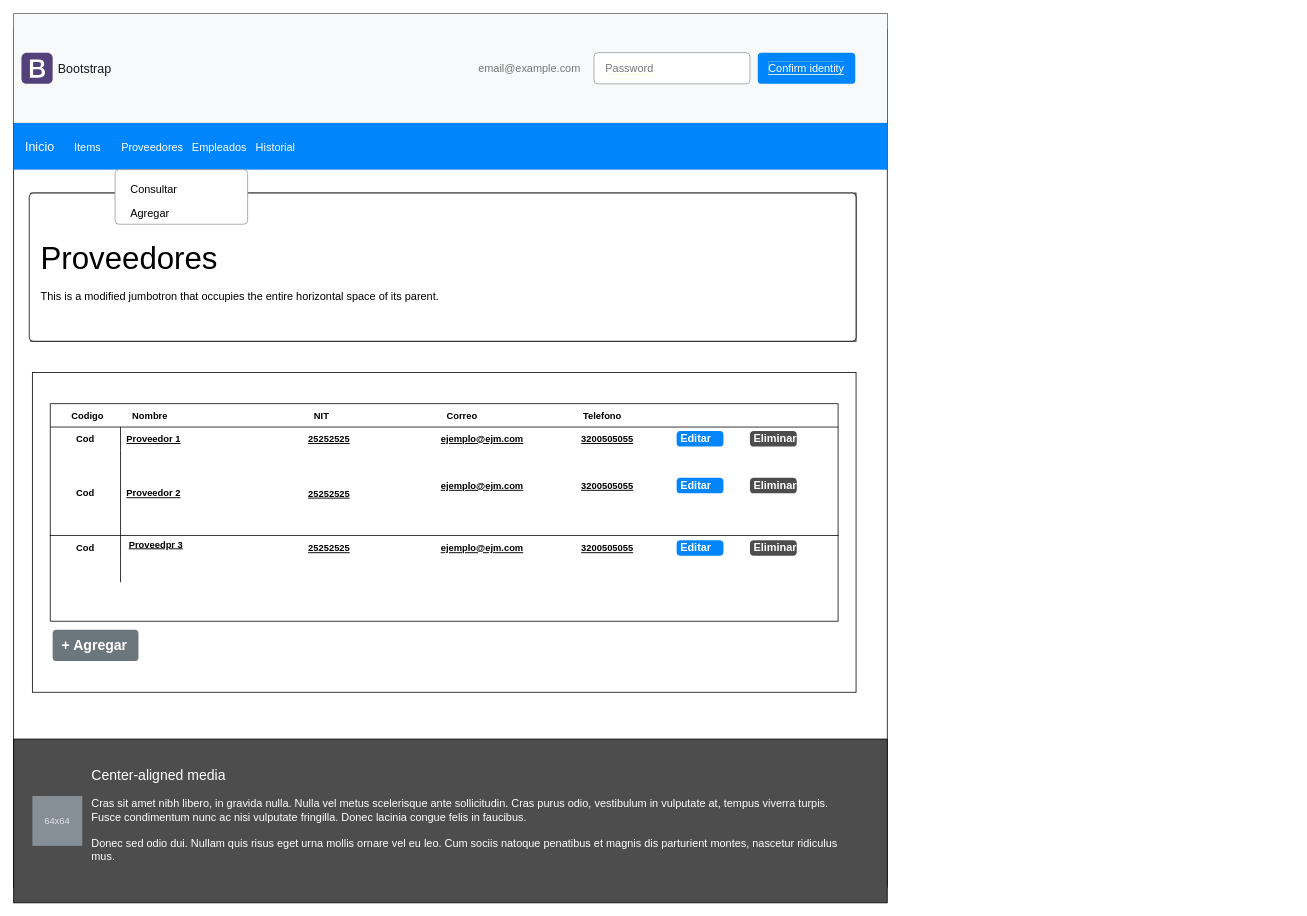
Above: page "Index" (1 of 3) of Documentación/MockUps.drawio in vladimbol7/Proyecto_Ciclo3 (draw.io), before the change. Source tidied: cells renumbered, new cells numbered last; positions are measured from the earlier drawing's top-left corner, leaving out a move shared by most shapes. Both pictures are drawn from the tidied source at 78%, with x=0, y=0 at pixel (13, 13).
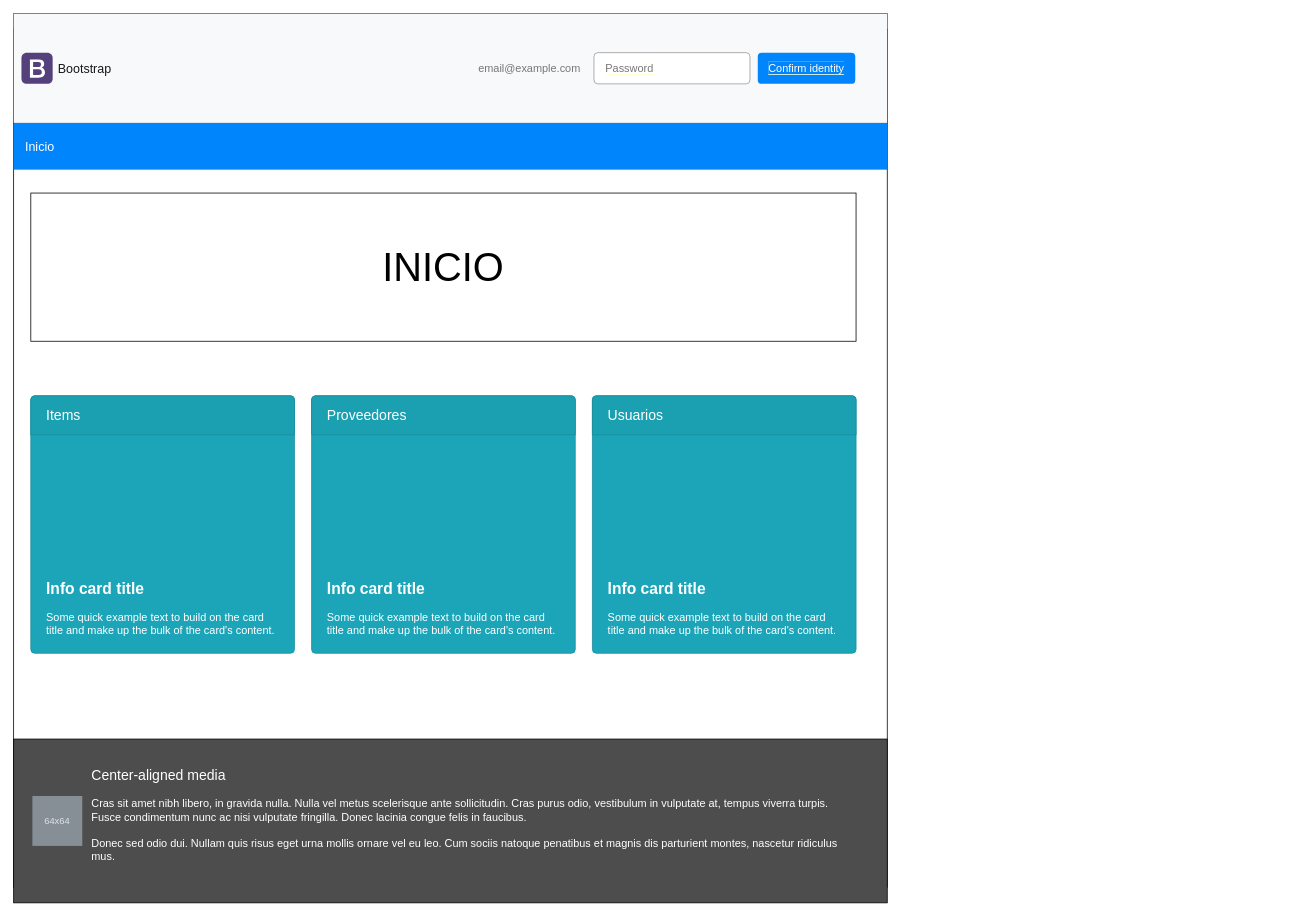
The same page after the edit.

Unchanged cells that the change refers to:
```xml
<mxCell id="4" value="Inicio" style="html=1;shadow=0;dashed=0;fillColor=#0085FC;strokeColor=none;fontSize=16;fontColor=#FFFFFF;align=left;spacing=15;" parent="1" vertex="1">
  <mxGeometry y="140" width="1120" height="60" as="geometry" />
</mxCell>
```

What changed in the source:
```diff
@@
-    <mxCell id="5" value="Items" style="fillColor=none;strokeColor=none;fontSize=14;fontColor=#ffffff;align=center;" parent="4" vertex="1">
-      <mxGeometry width="70" height="40" relative="1" as="geometry">
-        <mxPoint x="60" y="10" as="offset" />
-      </mxGeometry>
-    </mxCell>
-    <mxCell id="6" value="Proveedores" style="fillColor=none;strokeColor=none;fontSize=14;fontColor=#FFFFFF;align=center;" parent="4" vertex="1">
-      <mxGeometry width="70" height="40" relative="1" as="geometry">
-        <mxPoint x="143" y="10" as="offset" />
-      </mxGeometry>
-    </mxCell>
-    <mxCell id="7" value="Empleados" style="fillColor=none;strokeColor=none;fontSize=14;fontColor=#FFFFFF;align=center;spacingRight=0;" parent="4" vertex="1">
-      <mxGeometry width="80" height="40" relative="1" as="geometry">
-        <mxPoint x="224" y="10" as="offset" />
-      </mxGeometry>
-    </mxCell>
-    <mxCell id="8" value="Historial" style="fillColor=none;strokeColor=none;fontSize=14;fontColor=#FFFFFF;align=center;" parent="4" vertex="1">
-      <mxGeometry width="80" height="40" relative="1" as="geometry">
-        <mxPoint x="296" y="10" as="offset" />
-      </mxGeometry>
-    </mxCell>
-    <mxCell id="9" style="rounded=0;whiteSpace=wrap;html=1;fontColor=#000000;fontSize=51;" parent="1" vertex="1">
+    <mxCell id="9" value="INICIO" style="rounded=0;whiteSpace=wrap;html=1;fontColor=#000000;fontSize=51;" parent="1" vertex="1">
       <mxGeometry x="22" y="230" width="1058" height="190" as="geometry" />
     </mxCell>
-    <mxCell id="10" style="rounded=0;whiteSpace=wrap;html=1;fontSize=51;fontColor=#000000;" parent="1" vertex="1">
-      <mxGeometry x="24" y="460" width="1056" height="410" as="geometry" />
-    </mxCell>
@@
-    <mxCell id="17" value="&lt;span style=&quot;font-size: 40px;&quot;&gt;Proveedores&lt;/span&gt;&lt;br&gt;&lt;br&gt;This is a modified jumbotron that occupies the entire horizontal space of its parent." style="html=1;shadow=0;dashed=0;shape=mxgraph.bootstrap.rrect;rSize=5;html=1;whiteSpace=wrap;align=left;spacing=15;fontSize=14;verticalAlign=top;spacingTop=40;" parent="1" vertex="1">
-      <mxGeometry x="20" y="230" width="1060" height="190" as="geometry" />
-    </mxCell>
-    <mxCell id="18" style="html=1;shadow=0;dashed=0;shape=mxgraph.bootstrap.rrect;rSize=5;fillColor=#ffffff;strokeColor=#999999;" parent="1" vertex="1">
-      <mxGeometry x="130" y="200" width="170" height="70" as="geometry" />
-    </mxCell>
-    <mxCell id="19" value="Consultar" style="fillColor=none;strokeColor=none;align=left;spacing=20;fontSize=14;" parent="18" vertex="1">
-      <mxGeometry width="170" height="30" relative="1" as="geometry">
-        <mxPoint y="10" as="offset" />
-      </mxGeometry>
-    </mxCell>
-    <mxCell id="20" value="Agregar" style="fillColor=none;strokeColor=none;align=left;spacing=20;fontSize=14;" parent="18" vertex="1">
-      <mxGeometry width="170" height="30" relative="1" as="geometry">
-        <mxPoint y="40" as="offset" />
-      </mxGeometry>
-    </mxCell>
@@
-    <mxCell id="23" style="shape=table;startSize=30;childLayout=tableLayout;rowLines=0;fontStyle=1;align=center;" parent="1" vertex="1">
-      <mxGeometry x="47" y="500" width="1010" height="279" as="geometry" />
-    </mxCell>
-    <mxCell id="24" style="shape=tableRow;horizontal=0;startSize=0;swimlaneHead=0;swimlaneBody=0;fillColor=none;top=0;left=0;right=0;bottom=0;" parent="23" vertex="1">
-      <mxGeometry y="30" width="1010" height="30" as="geometry" />
-    </mxCell>
-    <mxCell id="25" value="Cod" style="shape=partialRectangle;fillColor=none;top=0;left=0;bottom=0;right=0;fontStyle=1;overflow=hidden;" parent="24" vertex="1">
-      <mxGeometry width="90" height="30" as="geometry" />
-    </mxCell>
-    <mxCell id="26" value="Proveedor 1" style="shape=partialRectangle;fillColor=none;top=0;left=0;bottom=0;right=0;align=left;spacingLeft=6;fontStyle=5;overflow=hidden;" parent="24" vertex="1">
-      <mxGeometry x="90" width="920" height="30" as="geometry" />
-    </mxCell>
-    <mxCell id="27" style="shape=tableRow;horizontal=0;startSize=0;swimlaneHead=0;swimlaneBody=0;fillColor=none;top=0;left=0;right=0;bottom=1;" parent="23" vertex="1">
-      <mxGeometry y="60" width="1010" height="109" as="geometry" />
-    </mxCell>
-    <mxCell id="28" value="Cod" style="shape=partialRectangle;fillColor=none;top=0;left=0;bottom=0;right=0;fontStyle=1;overflow=hidden;" parent="27" vertex="1">
-      <mxGeometry width="90" height="109" as="geometry" />
-    </mxCell>
-    <mxCell id="29" value="Proveedor 2" style="shape=partialRectangle;fillColor=none;top=0;left=0;bottom=0;right=0;align=left;spacingLeft=6;fontStyle=5;overflow=hidden;" parent="27" vertex="1">
-      <mxGeometry x="90" width="920" height="109" as="geometry" />
-    </mxCell>
-    <mxCell id="30" style="shape=tableRow;horizontal=0;startSize=0;swimlaneHead=0;swimlaneBody=0;fillColor=none;top=0;left=0;right=0;bottom=0;" parent="23" vertex="1">
-      <mxGeometry y="169" width="1010" height="30" as="geometry" />
-    </mxCell>
-    <mxCell id="31" style="shape=partialRectangle;fillColor=none;top=0;left=0;bottom=0;right=0;overflow=hidden;" parent="30" vertex="1">
-      <mxGeometry width="90" height="30" as="geometry" />
-    </mxCell>
-    <mxCell id="32" style="shape=partialRectangle;fillColor=none;top=0;left=0;bottom=0;right=0;align=left;spacingLeft=6;overflow=hidden;" parent="30" vertex="1">
-      <mxGeometry x="90" width="920" height="30" as="geometry" />
-    </mxCell>
-    <mxCell id="33" style="shape=tableRow;horizontal=0;startSize=0;swimlaneHead=0;swimlaneBody=0;fillColor=none;top=0;left=0;right=0;bottom=0;" parent="23" vertex="1">
-      <mxGeometry y="199" width="1010" height="30" as="geometry" />
-    </mxCell>
-    <mxCell id="34" style="shape=partialRectangle;fillColor=none;top=0;left=0;bottom=0;right=0;overflow=hidden;" parent="33" vertex="1">
-      <mxGeometry width="90" height="30" as="geometry" />
-    </mxCell>
-    <mxCell id="35" style="shape=partialRectangle;fillColor=none;top=0;left=0;bottom=0;right=0;align=left;spacingLeft=6;overflow=hidden;" parent="33" vertex="1">
-      <mxGeometry x="90" width="920" height="30" as="geometry" />
-    </mxCell>
-    <mxCell id="36" value="Codigo" style="shape=partialRectangle;fillColor=none;top=0;left=0;bottom=0;right=0;fontStyle=1;overflow=hidden;" parent="1" vertex="1">
-      <mxGeometry x="50" y="500" width="90" height="30" as="geometry" />
-    </mxCell>
-    <mxCell id="37" value="Nombre" style="shape=partialRectangle;fillColor=none;top=0;left=0;bottom=0;right=0;fontStyle=1;overflow=hidden;" parent="1" vertex="1">
-      <mxGeometry x="130" y="500" width="90" height="30" as="geometry" />
-    </mxCell>
-    <mxCell id="38" value="NIT" style="shape=partialRectangle;fillColor=none;top=0;left=0;bottom=0;right=0;fontStyle=1;overflow=hidden;" parent="1" vertex="1">
-      <mxGeometry x="350" y="500" width="90" height="30" as="geometry" />
-    </mxCell>
-    <mxCell id="39" value="Correo" style="shape=partialRectangle;fillColor=none;top=0;left=0;bottom=0;right=0;fontStyle=1;overflow=hidden;" parent="1" vertex="1">
-      <mxGeometry x="530" y="500" width="90" height="30" as="geometry" />
-    </mxCell>
-    <mxCell id="40" value="Telefono" style="shape=partialRectangle;fillColor=none;top=0;left=0;bottom=0;right=0;fontStyle=1;overflow=hidden;" parent="1" vertex="1">
-      <mxGeometry x="710" y="500" width="90" height="30" as="geometry" />
-    </mxCell>
-    <mxCell id="41" value="25252525" style="shape=partialRectangle;fillColor=none;top=0;left=0;bottom=0;right=0;align=left;spacingLeft=6;fontStyle=5;overflow=hidden;" parent="1" vertex="1">
-      <mxGeometry x="370" y="530" width="920" height="30" as="geometry" />
-    </mxCell>
-    <mxCell id="42" value="ejemplo@ejm.com" style="shape=partialRectangle;fillColor=none;top=0;left=0;bottom=0;right=0;align=left;spacingLeft=6;fontStyle=5;overflow=hidden;" parent="1" vertex="1">
-      <mxGeometry x="540" y="530" width="920" height="30" as="geometry" />
-    </mxCell>
-    <mxCell id="43" value="3200505055" style="shape=partialRectangle;fillColor=none;top=0;left=0;bottom=0;right=0;align=left;spacingLeft=6;fontStyle=5;overflow=hidden;" parent="1" vertex="1">
-      <mxGeometry x="720" y="530" width="920" height="30" as="geometry" />
-    </mxCell>
-    <mxCell id="44" value="25252525" style="shape=partialRectangle;fillColor=none;top=0;left=0;bottom=0;right=0;align=left;spacingLeft=6;fontStyle=5;overflow=hidden;" parent="1" vertex="1">
-      <mxGeometry x="370" y="600" width="920" height="30" as="geometry" />
-    </mxCell>
-    <mxCell id="45" value="ejemplo@ejm.com" style="shape=partialRectangle;fillColor=none;top=0;left=0;bottom=0;right=0;align=left;spacingLeft=6;fontStyle=5;overflow=hidden;" parent="1" vertex="1">
-      <mxGeometry x="540" y="590" width="920" height="30" as="geometry" />
-    </mxCell>
-    <mxCell id="46" value="3200505055" style="shape=partialRectangle;fillColor=none;top=0;left=0;bottom=0;right=0;align=left;spacingLeft=6;fontStyle=5;overflow=hidden;" parent="1" vertex="1">
-      <mxGeometry x="720" y="590" width="920" height="30" as="geometry" />
-    </mxCell>
-    <mxCell id="47" value="Editar" style="html=1;shadow=0;dashed=0;shape=mxgraph.bootstrap.rrect;rSize=5;strokeColor=none;strokeWidth=1;fillColor=#0085FC;fontColor=#FFFFFF;whiteSpace=wrap;align=left;verticalAlign=middle;spacingLeft=0;fontStyle=1;fontSize=14;spacing=5;fillStyle=auto;" parent="1" vertex="1">
-      <mxGeometry x="850" y="535" width="60" height="20" as="geometry" />
-    </mxCell>
-    <mxCell id="48" value="Editar" style="html=1;shadow=0;dashed=0;shape=mxgraph.bootstrap.rrect;rSize=5;strokeColor=none;strokeWidth=1;fillColor=#0085FC;fontColor=#FFFFFF;whiteSpace=wrap;align=left;verticalAlign=middle;spacingLeft=0;fontStyle=1;fontSize=14;spacing=5;fillStyle=auto;" parent="1" vertex="1">
-      <mxGeometry x="850" y="595" width="60" height="20" as="geometry" />
-    </mxCell>
-    <mxCell id="49" value="Eliminar" style="html=1;shadow=0;dashed=0;shape=mxgraph.bootstrap.rrect;rSize=5;strokeColor=none;strokeWidth=1;fillColor=#4D4D4D;fontColor=#FFFFFF;whiteSpace=wrap;align=left;verticalAlign=middle;spacingLeft=0;fontStyle=1;fontSize=14;spacing=5;fillStyle=auto;" parent="1" vertex="1">
-      <mxGeometry x="944" y="535" width="60" height="20" as="geometry" />
-    </mxCell>
-    <mxCell id="50" value="Eliminar" style="html=1;shadow=0;dashed=0;shape=mxgraph.bootstrap.rrect;rSize=5;strokeColor=none;strokeWidth=1;fillColor=#4D4D4D;fontColor=#FFFFFF;whiteSpace=wrap;align=left;verticalAlign=middle;spacingLeft=0;fontStyle=1;fontSize=14;spacing=5;fillStyle=auto;" parent="1" vertex="1">
-      <mxGeometry x="944" y="595" width="60" height="20" as="geometry" />
-    </mxCell>
-    <mxCell id="51" value="Cod" style="shape=partialRectangle;fillColor=none;top=0;left=0;bottom=0;right=0;fontStyle=1;overflow=hidden;" parent="1" vertex="1">
-      <mxGeometry x="47" y="670" width="90" height="30" as="geometry" />
-    </mxCell>
-    <mxCell id="52" value="25252525" style="shape=partialRectangle;fillColor=none;top=0;left=0;bottom=0;right=0;align=left;spacingLeft=6;fontStyle=5;overflow=hidden;" parent="1" vertex="1">
-      <mxGeometry x="370" y="670" width="920" height="30" as="geometry" />
-    </mxCell>
-    <mxCell id="53" value="ejemplo@ejm.com" style="shape=partialRectangle;fillColor=none;top=0;left=0;bottom=0;right=0;align=left;spacingLeft=6;fontStyle=5;overflow=hidden;" parent="1" vertex="1">
-      <mxGeometry x="540" y="670" width="920" height="30" as="geometry" />
-    </mxCell>
-    <mxCell id="54" value="3200505055" style="shape=partialRectangle;fillColor=none;top=0;left=0;bottom=0;right=0;align=left;spacingLeft=6;fontStyle=5;overflow=hidden;" parent="1" vertex="1">
-      <mxGeometry x="720" y="670" width="920" height="30" as="geometry" />
-    </mxCell>
-    <mxCell id="55" value="Editar" style="html=1;shadow=0;dashed=0;shape=mxgraph.bootstrap.rrect;rSize=5;strokeColor=none;strokeWidth=1;fillColor=#0085FC;fontColor=#FFFFFF;whiteSpace=wrap;align=left;verticalAlign=middle;spacingLeft=0;fontStyle=1;fontSize=14;spacing=5;fillStyle=auto;" parent="1" vertex="1">
-      <mxGeometry x="850" y="675" width="60" height="20" as="geometry" />
-    </mxCell>
-    <mxCell id="56" value="Eliminar" style="html=1;shadow=0;dashed=0;shape=mxgraph.bootstrap.rrect;rSize=5;strokeColor=none;strokeWidth=1;fillColor=#4D4D4D;fontColor=#FFFFFF;whiteSpace=wrap;align=left;verticalAlign=middle;spacingLeft=0;fontStyle=1;fontSize=14;spacing=5;fillStyle=auto;" parent="1" vertex="1">
-      <mxGeometry x="944" y="675" width="60" height="20" as="geometry" />
-    </mxCell>
-    <mxCell id="57" value="Proveedpr 3" style="shape=partialRectangle;fillColor=none;top=0;left=0;bottom=0;right=0;align=left;spacingLeft=6;fontStyle=5;overflow=hidden;" parent="1" vertex="1">
-      <mxGeometry x="140" y="665" width="920" height="30" as="geometry" />
-    </mxCell>
-    <mxCell id="58" value="+ Agregar" style="html=1;shadow=0;dashed=0;shape=mxgraph.bootstrap.rrect;rSize=5;strokeColor=none;strokeWidth=1;fillColor=#6C767D;fontColor=#FFFFFF;whiteSpace=wrap;align=left;verticalAlign=middle;spacingLeft=10;fontStyle=1;fontSize=18;fillStyle=auto;" parent="1" vertex="1">
-      <mxGeometry x="50" y="790" width="110" height="40" as="geometry" />
-    </mxCell>
+    <mxCell id="59" value="&lt;b&gt;&lt;font style=&quot;font-size: 20px&quot;&gt;Info card title&lt;/font&gt;&lt;/b&gt;&lt;br style=&quot;font-size: 14px&quot;&gt;&lt;br style=&quot;font-size: 14px&quot;&gt;Some quick example text to build on the card title and make up the bulk of the card's content." style="html=1;shadow=0;dashed=0;shape=mxgraph.bootstrap.rrect;rSize=5;strokeColor=#188C9C;html=1;whiteSpace=wrap;fillColor=#1CA5B8;fontColor=#ffffff;verticalAlign=bottom;align=left;spacing=20;spacingBottom=0;fontSize=14;" parent="1" vertex="1">
+      <mxGeometry x="22" y="490" width="338" height="330" as="geometry" />
+    </mxCell>
+    <mxCell id="5" value="Items" style="html=1;shadow=0;dashed=0;shape=mxgraph.bootstrap.topButton;rSize=5;perimeter=none;whiteSpace=wrap;fillColor=#1BA0B2;strokeColor=#188C9C;fontColor=#ffffff;fontSize=18;align=left;spacing=20;" parent="59" vertex="1">
+      <mxGeometry width="338" height="50" relative="1" as="geometry" />
+    </mxCell>
+    <mxCell id="60" value="&lt;b&gt;&lt;font style=&quot;font-size: 20px&quot;&gt;Info card title&lt;/font&gt;&lt;/b&gt;&lt;br style=&quot;font-size: 14px&quot;&gt;&lt;br style=&quot;font-size: 14px&quot;&gt;Some quick example text to build on the card title and make up the bulk of the card's content." style="html=1;shadow=0;dashed=0;shape=mxgraph.bootstrap.rrect;rSize=5;strokeColor=#188C9C;html=1;whiteSpace=wrap;fillColor=#1CA5B8;fontColor=#ffffff;verticalAlign=bottom;align=left;spacing=20;spacingBottom=0;fontSize=14;" parent="1" vertex="1">
+      <mxGeometry x="382" y="490" width="338" height="330" as="geometry" />
+    </mxCell>
+    <mxCell id="6" value="Proveedores" style="html=1;shadow=0;dashed=0;shape=mxgraph.bootstrap.topButton;rSize=5;perimeter=none;whiteSpace=wrap;fillColor=#1BA0B2;strokeColor=#188C9C;fontColor=#ffffff;fontSize=18;align=left;spacing=20;" parent="60" vertex="1">
+      <mxGeometry width="338" height="50" relative="1" as="geometry" />
+    </mxCell>
+    <mxCell id="61" value="&lt;b&gt;&lt;font style=&quot;font-size: 20px&quot;&gt;Info card title&lt;/font&gt;&lt;/b&gt;&lt;br style=&quot;font-size: 14px&quot;&gt;&lt;br style=&quot;font-size: 14px&quot;&gt;Some quick example text to build on the card title and make up the bulk of the card's content." style="html=1;shadow=0;dashed=0;shape=mxgraph.bootstrap.rrect;rSize=5;strokeColor=#188C9C;html=1;whiteSpace=wrap;fillColor=#1CA5B8;fontColor=#ffffff;verticalAlign=bottom;align=left;spacing=20;spacingBottom=0;fontSize=14;" parent="1" vertex="1">
+      <mxGeometry x="742" y="490" width="338" height="330" as="geometry" />
+    </mxCell>
+    <mxCell id="62" value="Usuarios" style="html=1;shadow=0;dashed=0;shape=mxgraph.bootstrap.topButton;rSize=5;perimeter=none;whiteSpace=wrap;fillColor=#1BA0B2;strokeColor=#188C9C;fontColor=#ffffff;fontSize=18;align=left;spacing=20;" parent="61" vertex="1">
+      <mxGeometry width="338" height="50" relative="1" as="geometry" />
+    </mxCell>
```
